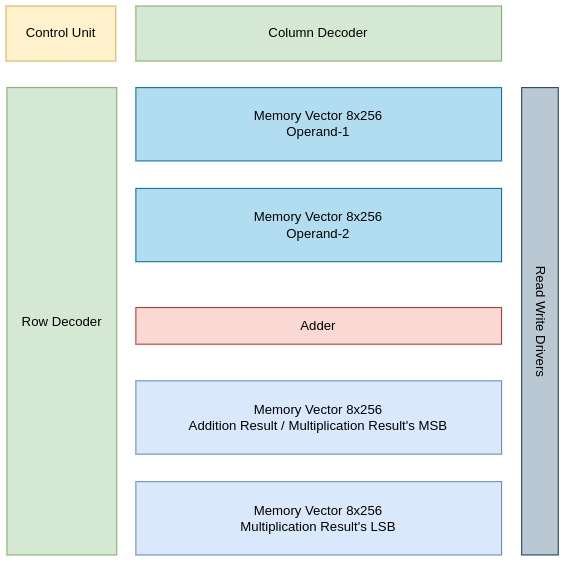
This is Schemetics/ISA_T.png from Muslim-314/CONV-ENGINE, a draw.io export, as it was before one commit. Source tidied: cells renumbered, new cells last; positions are measured from the earlier drawing's top-left corner, leaving out a move shared by most shapes. The source it was exported from:
```xml
<mxGraphModel>
  <root>
    <mxCell id="0" />
    <mxCell id="1" parent="0" />
    <mxCell id="2" style="group;" parent="1" vertex="1">
      <mxGeometry width="502" height="499" as="geometry" />
    </mxCell>
    <mxCell id="3" value="Memory Vector 8x256&lt;div&gt;Operand-1&lt;/div&gt;" style="rounded=0;whiteSpace=wrap;html=1;fillColor=#b1ddf0;strokeColor=#10739e;" parent="2" vertex="1">
      <mxGeometry x="118" y="74.1" width="332.5" height="66.6" as="geometry" />
    </mxCell>
    <mxCell id="4" value="Memory Vector&amp;nbsp;8x256&lt;div&gt;Operand-2&lt;br&gt;&lt;/div&gt;" style="rounded=0;whiteSpace=wrap;html=1;fillColor=#b1ddf0;strokeColor=#10739e;" parent="2" vertex="1">
      <mxGeometry x="118" y="165.8" width="332.5" height="66.6" as="geometry" />
    </mxCell>
    <mxCell id="5" value="Adder" style="rounded=0;whiteSpace=wrap;html=1;fillColor=#fad9d5;strokeColor=#ae4132;" parent="2" vertex="1">
      <mxGeometry x="118" y="274.1" width="332.5" height="33.3" as="geometry" />
    </mxCell>
    <mxCell id="6" value="Memory Vector&amp;nbsp;8x256&lt;br&gt;&lt;div&gt;Addition Result / Multiplication Result's MSB&lt;/div&gt;" style="rounded=0;whiteSpace=wrap;html=1;fillColor=#dae8fc;strokeColor=#6c8ebf;" parent="2" vertex="1">
      <mxGeometry x="118" y="340.7" width="332.5" height="66.6" as="geometry" />
    </mxCell>
    <mxCell id="7" value="Memory Vector&amp;nbsp;8x256&lt;div&gt;Multiplication Result's LSB&lt;br&gt;&lt;/div&gt;" style="rounded=0;whiteSpace=wrap;html=1;fillColor=#dae8fc;strokeColor=#6c8ebf;" parent="2" vertex="1">
      <mxGeometry x="118" y="432.4" width="332.5" height="66.6" as="geometry" />
    </mxCell>
    <mxCell id="8" value="Row Decoder" style="rounded=0;whiteSpace=wrap;html=1;fillColor=#d5e8d4;strokeColor=#82b366;" parent="2" vertex="1">
      <mxGeometry x="0.8" y="74.1" width="99.7" height="424.9" as="geometry" />
    </mxCell>
    <mxCell id="9" value="Column Decoder" style="rounded=0;whiteSpace=wrap;html=1;fillColor=#d5e8d4;strokeColor=#82b366;" parent="2" vertex="1">
      <mxGeometry x="118" width="332.5" height="50" as="geometry" />
    </mxCell>
    <mxCell id="10" value="Control Unit" style="rounded=0;whiteSpace=wrap;html=1;fillColor=#fff2cc;strokeColor=#d6b656;" parent="2" vertex="1">
      <mxGeometry width="99.7" height="50" as="geometry" />
    </mxCell>
    <mxCell id="11" style="rounded=0;whiteSpace=wrap;html=1;fillColor=#bac8d3;strokeColor=#23445d;" parent="2" vertex="1">
      <mxGeometry x="468.8" y="74.1" width="33.2" height="424.9" as="geometry" />
    </mxCell>
    <mxCell id="12" value="Read Write Drivers" style="text;html=1;align=center;verticalAlign=middle;strokeColor=none;fillColor=none;rotation=90;" parent="2" vertex="1">
      <mxGeometry x="426.2" y="271.7" width="120" height="30" as="geometry" />
    </mxCell>
  </root>
</mxGraphModel>
```
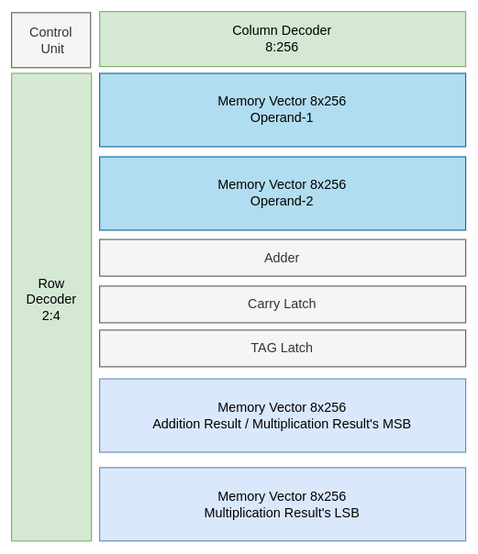
Later version of the same file.

What changed in the source:
```diff
@@ -2,38 +2,35 @@
   <root>
     <mxCell id="0" />
     <mxCell id="1" parent="0" />
-    <mxCell id="2" style="group;" parent="1" vertex="1">
-      <mxGeometry width="502" height="499" as="geometry" />
-    </mxCell>
-    <mxCell id="3" value="Memory Vector 8x256&lt;div&gt;Operand-1&lt;/div&gt;" style="rounded=0;whiteSpace=wrap;html=1;fillColor=#b1ddf0;strokeColor=#10739e;" parent="2" vertex="1">
+    <mxCell id="3" value="Memory Vector 8x256&lt;div&gt;Operand-1&lt;/div&gt;" style="rounded=0;whiteSpace=wrap;html=1;fillColor=#b1ddf0;strokeColor=#10739e;" parent="1" vertex="1">
       <mxGeometry x="118" y="74.1" width="332.5" height="66.6" as="geometry" />
     </mxCell>
-    <mxCell id="4" value="Memory Vector&amp;nbsp;8x256&lt;div&gt;Operand-2&lt;br&gt;&lt;/div&gt;" style="rounded=0;whiteSpace=wrap;html=1;fillColor=#b1ddf0;strokeColor=#10739e;" parent="2" vertex="1">
-      <mxGeometry x="118" y="165.8" width="332.5" height="66.6" as="geometry" />
+    <mxCell id="4" value="Memory Vector&amp;nbsp;8x256&lt;div&gt;Operand-2&lt;br&gt;&lt;/div&gt;" style="rounded=0;whiteSpace=wrap;html=1;fillColor=#b1ddf0;strokeColor=#10739e;" parent="1" vertex="1">
+      <mxGeometry x="118" y="150" width="332.5" height="66.6" as="geometry" />
     </mxCell>
-    <mxCell id="5" value="Adder" style="rounded=0;whiteSpace=wrap;html=1;fillColor=#fad9d5;strokeColor=#ae4132;" parent="2" vertex="1">
-      <mxGeometry x="118" y="274.1" width="332.5" height="33.3" as="geometry" />
+    <mxCell id="5" value="Adder" style="rounded=0;whiteSpace=wrap;html=1;fillColor=#f5f5f5;strokeColor=#666666;fontColor=#333333;" parent="1" vertex="1">
+      <mxGeometry x="118" y="225.1" width="332.5" height="33.3" as="geometry" />
     </mxCell>
-    <mxCell id="6" value="Memory Vector&amp;nbsp;8x256&lt;br&gt;&lt;div&gt;Addition Result / Multiplication Result's MSB&lt;/div&gt;" style="rounded=0;whiteSpace=wrap;html=1;fillColor=#dae8fc;strokeColor=#6c8ebf;" parent="2" vertex="1">
-      <mxGeometry x="118" y="340.7" width="332.5" height="66.6" as="geometry" />
+    <mxCell id="6" value="Memory Vector&amp;nbsp;8x256&lt;br&gt;&lt;div&gt;Addition Result / Multiplication Result's MSB&lt;/div&gt;" style="rounded=0;whiteSpace=wrap;html=1;fillColor=#dae8fc;strokeColor=#6c8ebf;" parent="1" vertex="1">
+      <mxGeometry x="118" y="351.7" width="332.5" height="66.6" as="geometry" />
     </mxCell>
-    <mxCell id="7" value="Memory Vector&amp;nbsp;8x256&lt;div&gt;Multiplication Result's LSB&lt;br&gt;&lt;/div&gt;" style="rounded=0;whiteSpace=wrap;html=1;fillColor=#dae8fc;strokeColor=#6c8ebf;" parent="2" vertex="1">
+    <mxCell id="7" value="Memory Vector&amp;nbsp;8x256&lt;div&gt;Multiplication Result's LSB&lt;br&gt;&lt;/div&gt;" style="rounded=0;whiteSpace=wrap;html=1;fillColor=#dae8fc;strokeColor=#6c8ebf;" parent="1" vertex="1">
       <mxGeometry x="118" y="432.4" width="332.5" height="66.6" as="geometry" />
     </mxCell>
-    <mxCell id="8" value="Row Decoder" style="rounded=0;whiteSpace=wrap;html=1;fillColor=#d5e8d4;strokeColor=#82b366;" parent="2" vertex="1">
-      <mxGeometry x="0.8" y="74.1" width="99.7" height="424.9" as="geometry" />
+    <mxCell id="8" value="Row Decoder&lt;div&gt;2:4&lt;/div&gt;&lt;div&gt;&lt;br&gt;&lt;/div&gt;" style="rounded=0;whiteSpace=wrap;html=1;fillColor=#d5e8d4;strokeColor=#82b366;" parent="1" vertex="1">
+      <mxGeometry x="38" y="74.1" width="72.6" height="424.9" as="geometry" />
     </mxCell>
-    <mxCell id="9" value="Column Decoder" style="rounded=0;whiteSpace=wrap;html=1;fillColor=#d5e8d4;strokeColor=#82b366;" parent="2" vertex="1">
-      <mxGeometry x="118" width="332.5" height="50" as="geometry" />
+    <mxCell id="9" value="Column Decoder&lt;div&gt;8:256&lt;/div&gt;" style="rounded=0;whiteSpace=wrap;html=1;fillColor=#d5e8d4;strokeColor=#82b366;" parent="1" vertex="1">
+      <mxGeometry x="118" y="18" width="332.5" height="50" as="geometry" />
     </mxCell>
-    <mxCell id="10" value="Control Unit" style="rounded=0;whiteSpace=wrap;html=1;fillColor=#fff2cc;strokeColor=#d6b656;" parent="2" vertex="1">
-      <mxGeometry width="99.7" height="50" as="geometry" />
+    <mxCell id="10" value="Control&lt;div&gt;&amp;nbsp;Unit&lt;/div&gt;" style="rounded=0;whiteSpace=wrap;html=1;fillColor=#f5f5f5;strokeColor=#666666;fontColor=#333333;" parent="1" vertex="1">
+      <mxGeometry x="38" y="19" width="71.7" height="50" as="geometry" />
     </mxCell>
-    <mxCell id="11" style="rounded=0;whiteSpace=wrap;html=1;fillColor=#bac8d3;strokeColor=#23445d;" parent="2" vertex="1">
-      <mxGeometry x="468.8" y="74.1" width="33.2" height="424.9" as="geometry" />
-    </mxCell>
-    <mxCell id="12" value="Read Write Drivers" style="text;html=1;align=center;verticalAlign=middle;strokeColor=none;fillColor=none;rotation=90;" parent="2" vertex="1">
-      <mxGeometry x="426.2" y="271.7" width="120" height="30" as="geometry" />
-    </mxCell>
+    <mxCell id="13" value="Carry Latch" style="rounded=0;whiteSpace=wrap;html=1;fillColor=#f5f5f5;strokeColor=#666666;fontColor=#333333;" parent="1" vertex="1">
+      <mxGeometry x="118" y="267.4" width="332.5" height="33.3" as="geometry" />
+    </mxCell>
+    <mxCell id="14" value="TAG Latch" style="rounded=0;whiteSpace=wrap;html=1;fillColor=#f5f5f5;strokeColor=#666666;fontColor=#333333;" parent="1" vertex="1">
+      <mxGeometry x="118" y="307.4" width="332.5" height="33.3" as="geometry" />
+    </mxCell>
   </root>
 </mxGraphModel>
```
